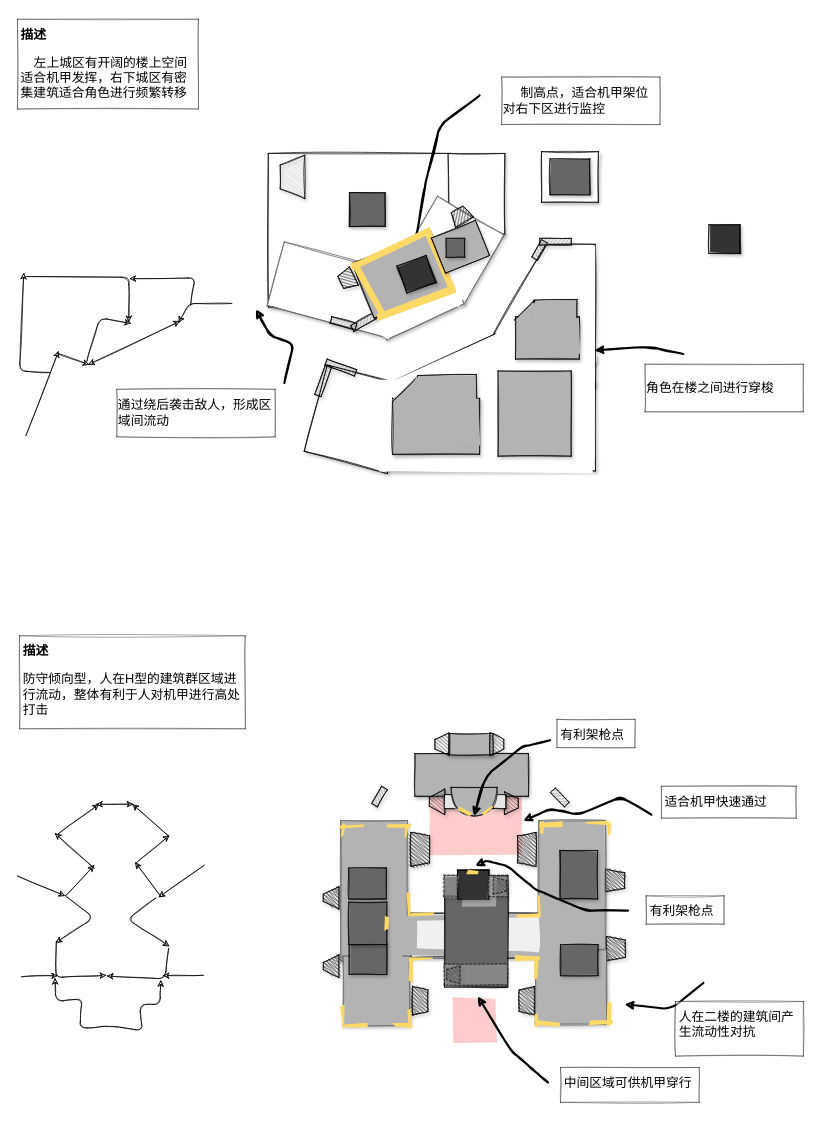
Earlier version of the draw.io diagram Patterns.drawio (Heynoodle/DRAWIO). Source tidied: cells renumbered, new cells numbered last; positions are measured from the earlier drawing's top-left corner, leaving out a move shared by most shapes. Both pictures are drawn from the tidied source at 71%, with x=0, y=0 at pixel (17, 19).
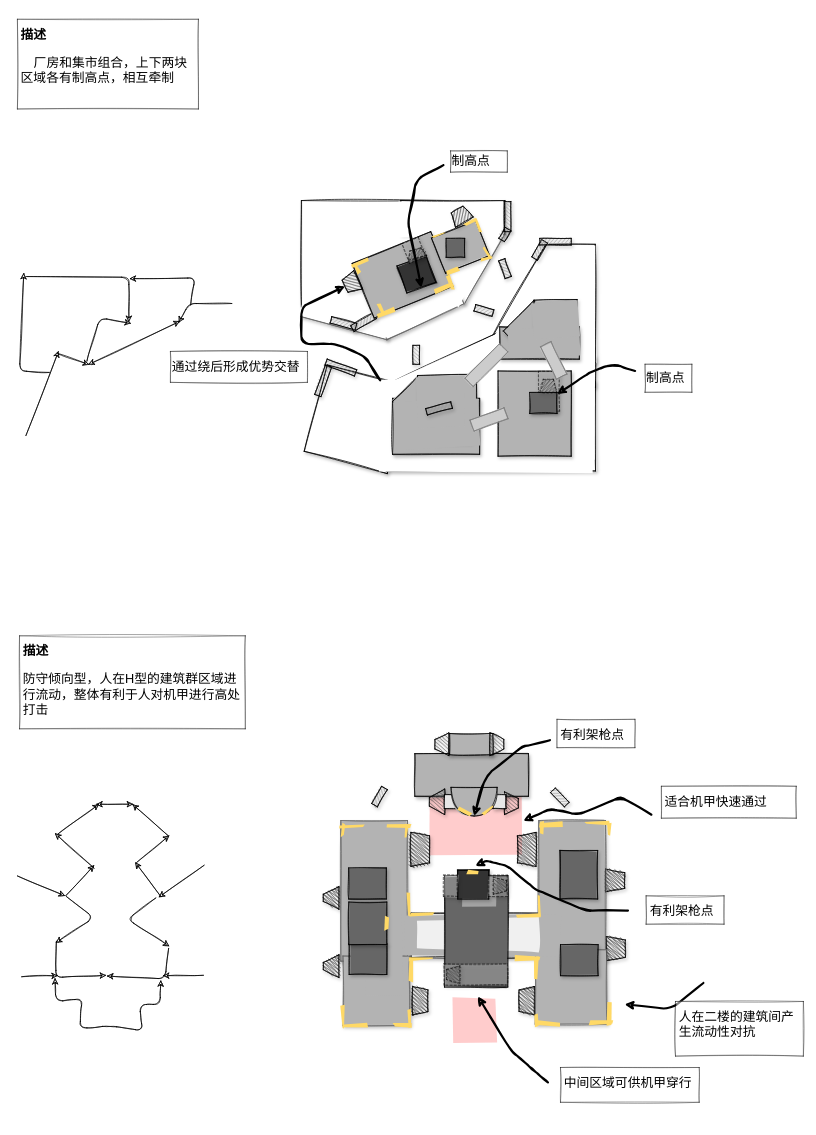
The same page after the edit.

Unchanged cells that the change refers to:
```xml
<mxCell id="17" style="rounded=0;whiteSpace=wrap;html=1;shadow=0;sketch=1;rotation=90;strokeColor=none;" parent="1" vertex="1">
  <mxGeometry x="595.3" y="423.8" width="129.9" height="298.6" as="geometry" />
</mxCell>
<mxCell id="18" style="rounded=0;whiteSpace=wrap;html=1;shadow=0;sketch=1;rotation=-180;strokeColor=none;" parent="1" vertex="1">
  <mxGeometry x="744.9" y="317.7" width="67.9" height="300.8" as="geometry" />
</mxCell>
<mxCell id="161" style="rounded=0;whiteSpace=wrap;html=1;shadow=1;sketch=1;fillStyle=solid;strokeWidth=1;fillColor=#333333;rotation=-20;" parent="1" vertex="1">
  <mxGeometry x="540.2" y="338.4" width="43.7" height="40.5" as="geometry" />
</mxCell>
```

The edit, as a diff of the source:
```diff
@@
+    <mxCell id="4" style="rounded=0;whiteSpace=wrap;html=1;shadow=1;sketch=1;rotation=15;strokeColor=#666666;" parent="1" vertex="1">
+      <mxGeometry x="409.5" y="340.7" width="125.5" height="95.6" as="geometry" />
+    </mxCell>
+    <mxCell id="169" style="rounded=0;whiteSpace=wrap;html=1;shadow=0;sketch=1;rotation=90;fillStyle=solid;fillColor=#FFFFFF;strokeColor=none;" parent="1" vertex="1">
+      <mxGeometry x="414.8" y="263.6" width="119.7" height="144.8" as="geometry" />
+    </mxCell>
     <mxCell id="2" style="rounded=0;whiteSpace=wrap;html=1;shadow=1;sketch=1;" parent="1" vertex="1">
-      <mxGeometry x="353.4" y="188.6" width="256.6" height="216.3" as="geometry" />
+      <mxGeometry x="400" y="255" width="210" height="150" as="geometry" />
     </mxCell>
     <mxCell id="3" style="rounded=0;whiteSpace=wrap;html=1;shadow=1;sketch=1;" parent="1" vertex="1">
-      <mxGeometry x="606.6" y="188.6" width="80" height="113.8" as="geometry" />
+      <mxGeometry x="540" y="255" width="146.6" height="47.4" as="geometry" />
     </mxCell>
-    <mxCell id="4" style="rounded=0;whiteSpace=wrap;html=1;shadow=1;sketch=1;rotation=15;strokeColor=#666666;" parent="1" vertex="1">
-      <mxGeometry x="360.9" y="334.3" width="175.3" height="93" as="geometry" />
-    </mxCell>
     <mxCell id="5" style="rounded=0;whiteSpace=wrap;html=1;shadow=1;sketch=1;rotation=-60;strokeColor=#666666;" parent="1" vertex="1">
-      <mxGeometry x="554.6" y="270.2" width="112.2" height="108.7" as="geometry" />
+      <mxGeometry x="564.6" y="287.4" width="115.4" height="83.9" as="geometry" />
     </mxCell>
@@
-    <mxCell id="8" style="rounded=0;whiteSpace=wrap;html=1;shadow=0;sketch=1;rotation=-60;strokeColor=none;" parent="1" vertex="1">
-      <mxGeometry x="484.6" y="380.9" width="58" height="58.5" as="geometry" />
+    <mxCell id="8" style="rounded=0;whiteSpace=wrap;html=1;shadow=0;sketch=1;rotation=-75;strokeColor=none;" parent="1" vertex="1">
+      <mxGeometry x="424.5" y="323.5" width="92.3" height="127.1" as="geometry" />
     </mxCell>
@@
-    <mxCell id="16" style="rounded=0;whiteSpace=wrap;html=1;shadow=1;sketch=1;rotation=90;" parent="1" vertex="1">
-      <mxGeometry x="742.7" y="181.6" width="71.2" height="80.2" as="geometry" />
-    </mxCell>
@@
-    <mxCell id="21" style="rounded=0;whiteSpace=wrap;html=1;shadow=1;sketch=1;rotation=90;fillColor=#666666;fillStyle=solid;" parent="1" vertex="1">
-      <mxGeometry x="753" y="193.6" width="50.6" height="56.1" as="geometry" />
-    </mxCell>
@@
-    <mxCell id="25" value="&lt;h1&gt;&lt;font style=&quot;font-size: 18px&quot;&gt;描述&lt;/font&gt;&lt;/h1&gt;&lt;p&gt;&amp;nbsp; &amp;nbsp; &lt;font style=&quot;font-size: 18px&quot;&gt;&amp;nbsp;左上城区有开阔的楼上空间适合机甲发挥，右下城区有密集建筑适合角色进行频繁转移&lt;/font&gt;&lt;/p&gt;" style="text;html=1;spacing=5;spacingTop=-20;whiteSpace=wrap;overflow=hidden;rounded=0;shadow=0;sketch=1;opacity=50;fillColor=#ffffff;strokeColor=#000000;" parent="1" vertex="1">
+    <mxCell id="25" value="&lt;h1&gt;&lt;font style=&quot;font-size: 18px&quot;&gt;描述&lt;/font&gt;&lt;/h1&gt;&lt;p&gt;&amp;nbsp; &amp;nbsp; &lt;font style=&quot;font-size: 18px&quot;&gt;&amp;nbsp;厂房和集市组合，上下两块区域各有制高点，相互牵制&lt;/font&gt;&lt;/p&gt;" style="text;html=1;spacing=5;spacingTop=-20;whiteSpace=wrap;overflow=hidden;rounded=0;shadow=0;sketch=1;opacity=50;fillColor=#ffffff;strokeColor=#000000;" parent="1" vertex="1">
       <mxGeometry y="-0.4" width="255" height="126.4" as="geometry" />
     </mxCell>
-    <mxCell id="26" style="rounded=0;whiteSpace=wrap;html=1;shadow=1;sketch=1;rotation=90;fillColor=#666666;fillStyle=solid;" parent="1" vertex="1">
-      <mxGeometry x="469" y="242.6" width="47.6" height="50.2" as="geometry" />
+    <mxCell id="26" style="rounded=0;whiteSpace=wrap;html=1;shadow=0;sketch=1;rotation=90;fillStyle=solid;fillColor=#FFFFFF;strokeColor=none;" parent="1" vertex="1">
+      <mxGeometry x="585.6" y="209.1" width="48.8" height="144.8" as="geometry" />
     </mxCell>
-    <mxCell id="27" style="shape=trapezoid;perimeter=trapezoidPerimeter;whiteSpace=wrap;html=1;fixedSize=1;strokeWidth=1;sketch=1;shadow=1;rotation=-90;fillStyle=auto;size=13.796666666666852;fillColor=#CCCCCC;" parent="1" vertex="1">
-      <mxGeometry x="356.9" y="204.4" width="61.2" height="34.7" as="geometry" />
-    </mxCell>
@@
-    <mxCell id="130" style="endArrow=classic;html=1;strokeWidth=3;entryX=1;entryY=0;entryDx=0;entryDy=0;sketch=1;" parent="1" edge="1">
-      <mxGeometry relative="1" as="geometry">
-        <mxPoint x="651" y="107" as="sourcePoint" />
-        <mxPoint x="557.8" y="327.8" as="targetPoint" />
-        <Array as="points">
-          <mxPoint x="595" y="149" />
-          <mxPoint x="576" y="225" />
-        </Array>
-      </mxGeometry>
-    </mxCell>
-    <mxCell id="131" value="&lt;font style=&quot;font-size: 18px&quot;&gt;&amp;nbsp; &amp;nbsp; &amp;nbsp;制高点，适合机甲架位对右下区进行监控&lt;/font&gt;" style="text;html=1;align=left;verticalAlign=middle;whiteSpace=wrap;rounded=0;sketch=1;fillColor=#ffffff;strokeColor=#000000;opacity=50;" parent="1" vertex="1">
-      <mxGeometry x="682" y="81" width="223" height="67" as="geometry" />
+    <mxCell id="131" value="&lt;font style=&quot;font-size: 18px&quot;&gt;制高点&lt;/font&gt;" style="text;html=1;align=left;verticalAlign=middle;whiteSpace=wrap;rounded=0;sketch=1;fillColor=#ffffff;strokeColor=#000000;opacity=50;" parent="1" vertex="1">
+      <mxGeometry x="610" y="185" width="80" height="30" as="geometry" />
     </mxCell>
-    <mxCell id="132" style="endArrow=classic;html=1;strokeWidth=3;sketch=1;" parent="1" edge="1" target="18">
-      <mxGeometry relative="1" as="geometry">
-        <mxPoint x="938" y="471" as="sourcePoint" />
-        <Array as="points">
-          <mxPoint x="891" y="461" />
-        </Array>
-      </mxGeometry>
-    </mxCell>
-    <mxCell id="133" value="&lt;font style=&quot;font-size: 18px&quot;&gt;角色在楼之间进行穿梭&lt;br&gt;&lt;/font&gt;" style="text;html=1;align=left;verticalAlign=middle;whiteSpace=wrap;rounded=0;sketch=1;fillColor=#ffffff;strokeColor=#000000;opacity=50;" parent="1" vertex="1">
-      <mxGeometry x="884" y="485.5" width="223" height="67" as="geometry" />
+    <mxCell id="133" value="&lt;font style=&quot;font-size: 18px&quot;&gt;制高点&lt;br&gt;&lt;/font&gt;" style="text;html=1;align=left;verticalAlign=middle;whiteSpace=wrap;rounded=0;sketch=1;fillColor=#ffffff;strokeColor=#000000;opacity=50;" parent="1" vertex="1">
+      <mxGeometry x="884" y="485.5" width="66" height="39.5" as="geometry" />
     </mxCell>
-    <mxCell id="134" style="endArrow=classic;html=1;strokeWidth=3;sketch=1;" parent="1" edge="1">
+    <mxCell id="134" style="endArrow=classic;html=1;strokeWidth=3;sketch=1;entryX=0.5;entryY=0;entryDx=0;entryDy=0;exitX=0;exitY=1;exitDx=0;exitDy=0;" parent="1" edge="1" source="17" target="160">
       <mxGeometry relative="1" as="geometry">
-        <mxPoint x="376" y="512" as="sourcePoint" />
-        <mxPoint x="336" y="408" as="targetPoint" />
         <Array as="points">
-          <mxPoint x="389" y="457" />
-          <mxPoint x="356" y="445" />
+          <mxPoint x="490" y="475" />
+          <mxPoint x="450" y="457" />
+          <mxPoint x="400" y="457" />
+          <mxPoint x="400" y="405" />
         </Array>
       </mxGeometry>
     </mxCell>
-    <mxCell id="135" value="&lt;font style=&quot;font-size: 18px&quot;&gt;通过绕后袭击敌人，形成区域间流动&lt;br&gt;&lt;/font&gt;" style="text;html=1;align=left;verticalAlign=middle;whiteSpace=wrap;rounded=0;sketch=1;fillColor=#ffffff;strokeColor=#000000;opacity=50;" parent="1" vertex="1">
-      <mxGeometry x="140" y="520.8" width="223" height="67" as="geometry" />
+    <mxCell id="135" value="&lt;font style=&quot;font-size: 18px&quot;&gt;通过绕后形成优势交替&lt;br&gt;&lt;/font&gt;" style="text;html=1;align=left;verticalAlign=middle;whiteSpace=wrap;rounded=0;sketch=1;fillColor=#ffffff;strokeColor=#000000;opacity=50;" parent="1" vertex="1">
+      <mxGeometry x="215.5" y="467.5" width="193" height="43.5" as="geometry" />
     </mxCell>
@@
     <mxCell id="146" style="group;" parent="1" vertex="1">
-      <mxGeometry x="700" y="395" width="93.4" height="82.4" as="geometry" />
+      <mxGeometry x="700" y="395" width="101.9" height="116.7" as="geometry" />
     </mxCell>
     <mxCell id="147" style="rounded=0;whiteSpace=wrap;html=1;shadow=1;sketch=1;rotation=90;fillStyle=solid;fillColor=#B3B3B3;" parent="146" vertex="1">
-      <mxGeometry x="16.6" y="8.5" width="59.6" height="89.9" as="geometry" />
+      <mxGeometry x="12.6" y="4.5" width="45.5" height="112.2" as="geometry" />
     </mxCell>
     <mxCell id="148" style="rounded=0;whiteSpace=wrap;html=1;shadow=1;sketch=1;rotation=135;fillStyle=solid;fillColor=#B3B3B3;" parent="146" vertex="1">
-      <mxGeometry x="9.4" y="8.5" width="38.3" height="41.2" as="geometry" />
+      <mxGeometry x="-9.7" y="16.2" width="60.6" height="41.5" as="geometry" />
     </mxCell>
@@
     <mxCell id="150" style="rounded=0;whiteSpace=wrap;html=1;shadow=0;sketch=1;strokeColor=none;rotation=-3;fillStyle=solid;fillColor=#B3B3B3;" parent="146" vertex="1">
-      <mxGeometry x="3.1" y="26" width="89" height="51" as="geometry" />
+      <mxGeometry x="-9.8" y="39.7" width="102.3" height="40.3" as="geometry" />
     </mxCell>
     <mxCell id="151" style="rounded=0;whiteSpace=wrap;html=1;shadow=0;sketch=1;strokeColor=none;rotation=-3;fillStyle=solid;fillColor=#B3B3B3;" parent="146" vertex="1">
-      <mxGeometry x="25.9" y="2.8" width="51.1" height="51" as="geometry" />
+      <mxGeometry x="25.9" y="2.5" width="64.1" height="51" as="geometry" />
     </mxCell>
@@
-    <mxCell id="158" style="rounded=0;whiteSpace=wrap;html=1;shadow=1;sketch=1;fillStyle=solid;strokeWidth=1;fillColor=#333333;" parent="1" vertex="1">
-      <mxGeometry x="974" y="289" width="43.7" height="40.5" as="geometry" />
-    </mxCell>
@@
     <mxCell id="160" style="shape=trapezoid;perimeter=trapezoidPerimeter;whiteSpace=wrap;html=1;fixedSize=1;strokeWidth=1;sketch=1;shadow=1;rotation=-116;fillStyle=hachure;size=4.94497782389351;fillColor=#333333;" parent="1" vertex="1">
-      <mxGeometry x="450.3" y="355.6" width="28.8" height="20.3" as="geometry" />
+      <mxGeometry x="456.3" y="361" width="28.8" height="20.3" as="geometry" />
     </mxCell>
@@
     <mxCell id="162" style="rounded=0;whiteSpace=wrap;html=1;shadow=0;sketch=1;rotation=-20;fillStyle=solid;strokeColor=none;fillColor=#FFD966;" parent="1" vertex="1">
-      <mxGeometry x="503.8" y="394.9" width="116.8" height="9.3" as="geometry" />
+      <mxGeometry x="506.6" y="410.4" width="26.1" height="5.3" as="geometry" />
     </mxCell>
     <mxCell id="163" style="rounded=0;whiteSpace=wrap;html=1;shadow=0;sketch=1;rotation=60;fillStyle=solid;strokeColor=none;fillColor=#FFD966;" parent="1" vertex="1">
-      <mxGeometry x="450.3" y="376" width="87.2" height="9.3" as="geometry" />
+      <mxGeometry x="502.6" y="406.1" width="17.5" height="5.3" as="geometry" />
     </mxCell>
     <mxCell id="164" style="rounded=0;whiteSpace=wrap;html=1;shadow=0;sketch=1;rotation=-26;fillStyle=solid;strokeColor=none;fillColor=#FFD966;" parent="1" vertex="1">
-      <mxGeometry x="465.6" y="317.2" width="122.6" height="9.3" as="geometry" />
+      <mxGeometry x="470.6" y="338.8" width="24.4" height="5.3" as="geometry" />
     </mxCell>
-    <mxCell id="165" style="rounded=0;whiteSpace=wrap;html=1;shadow=0;sketch=1;rotation=-114;fillStyle=solid;strokeColor=none;fillColor=#FFD966;" parent="1" vertex="1">
-      <mxGeometry x="550.2" y="334.3" width="91.6" height="9.3" as="geometry" />
-    </mxCell>
@@
+    <mxCell id="165" style="rounded=0;whiteSpace=wrap;html=1;shadow=0;sketch=1;rotation=-114;fillStyle=solid;strokeColor=none;fillColor=#FFD966;" parent="1" vertex="1">
+      <mxGeometry x="600.8" y="367.1" width="19.8" height="5.3" as="geometry" />
+    </mxCell>
+    <mxCell id="170" style="rounded=0;whiteSpace=wrap;html=1;shadow=0;sketch=1;rotation=-20;fillStyle=solid;strokeColor=none;fillColor=#FFD966;" parent="1" vertex="1">
+      <mxGeometry x="603.9" y="350.6" width="18.2" height="5" as="geometry" />
+    </mxCell>
+    <mxCell id="171" style="rounded=0;whiteSpace=wrap;html=1;shadow=0;sketch=1;rotation=-20;fillStyle=solid;strokeColor=none;fillColor=#FFD966;" parent="1" vertex="1">
+      <mxGeometry x="652.1" y="334.8" width="18.2" height="3.4" as="geometry" />
+    </mxCell>
+    <mxCell id="172" style="rounded=0;whiteSpace=wrap;html=1;shadow=0;sketch=1;rotation=-116;fillStyle=solid;strokeColor=none;fillColor=#FFD966;" parent="1" vertex="1">
+      <mxGeometry x="652.1" y="326.6" width="18.2" height="3.4" as="geometry" />
+    </mxCell>
+    <mxCell id="173" style="rounded=0;whiteSpace=wrap;html=1;shadow=0;sketch=1;rotation=-116;fillStyle=solid;strokeColor=none;fillColor=#FFD966;" parent="1" vertex="1">
+      <mxGeometry x="639.7" y="289" width="18.2" height="3.4" as="geometry" />
+    </mxCell>
+    <mxCell id="174" style="rounded=0;whiteSpace=wrap;html=1;shadow=0;sketch=1;rotation=-20;fillStyle=solid;strokeColor=none;fillColor=#FFD966;" parent="1" vertex="1">
+      <mxGeometry x="629.1" y="283.3" width="18.2" height="3.4" as="geometry" />
+    </mxCell>
+    <mxCell id="175" style="rounded=0;whiteSpace=wrap;html=1;shadow=0;sketch=1;rotation=-20;fillStyle=solid;strokeColor=none;fillColor=#FFD966;" parent="1" vertex="1">
+      <mxGeometry x="583.9" y="302.4" width="18.2" height="3.4" as="geometry" />
+    </mxCell>
+    <mxCell id="176" style="rounded=0;whiteSpace=wrap;html=1;shadow=1;glass=0;sketch=1;strokeColor=#000000;fillColor=#999999;gradientColor=none;rotation=-60;direction=west;" parent="1" vertex="1">
+      <mxGeometry x="677.5" y="298" width="17.9" height="9.4" as="geometry" />
+    </mxCell>
+    <mxCell id="177" style="rounded=0;whiteSpace=wrap;html=1;shadow=1;glass=0;sketch=1;strokeColor=#000000;fillColor=#999999;gradientColor=none;rotation=90;direction=west;" parent="1" vertex="1">
+      <mxGeometry x="669.1" y="272.8" width="42.4" height="9.4" as="geometry" />
+    </mxCell>
+    <mxCell id="178" style="rounded=0;whiteSpace=wrap;html=1;sketch=1;fillStyle=solid;shadow=1;fillColor=#B3B3B3;strokeWidth=1;dashed=1;opacity=50;rotation=90;" parent="1" vertex="1">
+      <mxGeometry x="720.8" y="508.5" width="55.9" height="30" as="geometry" />
+    </mxCell>
+    <mxCell id="179" style="rounded=0;whiteSpace=wrap;html=1;sketch=1;fillStyle=solid;shadow=1;strokeWidth=1;fillColor=#666666;" parent="1" vertex="1">
+      <mxGeometry x="721.6" y="525.2" width="38.4" height="29.8" as="geometry" />
+    </mxCell>
+    <mxCell id="180" style="shape=trapezoid;perimeter=trapezoidPerimeter;whiteSpace=wrap;html=1;fixedSize=1;strokeWidth=1;sketch=1;shadow=1;rotation=0;fillStyle=zigzag;size=4.94497782389351;fillColor=#333333;dashed=1;opacity=60;" parent="1" vertex="1">
+      <mxGeometry x="735.7" y="506.7" width="24.2" height="18.6" as="geometry" />
+    </mxCell>
+    <mxCell id="181" style="rounded=0;whiteSpace=wrap;html=1;sketch=1;fillStyle=solid;shadow=0;strokeWidth=1;fillColor=#CCCCCC;strokeColor=#808080;rotation=-20;" parent="1" vertex="1">
+      <mxGeometry x="638.8" y="555" width="51" height="16.5" as="geometry" />
+    </mxCell>
+    <mxCell id="182" style="rounded=0;whiteSpace=wrap;html=1;sketch=1;fillStyle=solid;shadow=0;strokeWidth=1;fillColor=#CCCCCC;strokeColor=#808080;rotation=-45;" parent="1" vertex="1">
+      <mxGeometry x="626.1" y="478.4" width="69" height="16.5" as="geometry" />
+    </mxCell>
+    <mxCell id="183" style="rounded=0;whiteSpace=wrap;html=1;sketch=1;fillStyle=solid;shadow=0;strokeWidth=1;fillColor=#CCCCCC;strokeColor=#808080;rotation=-116;" parent="1" vertex="1">
+      <mxGeometry x="729.9" y="471.9" width="51" height="16.5" as="geometry" />
+    </mxCell>
+    <mxCell id="184" style="rounded=0;whiteSpace=wrap;html=1;shadow=1;glass=0;sketch=1;strokeColor=#000000;fillColor=#999999;gradientColor=none;rotation=-195;direction=west;" parent="1" vertex="1">
+      <mxGeometry x="575.6" y="543.1" width="36.6" height="9.4" as="geometry" />
+    </mxCell>
+    <mxCell id="185" style="rounded=0;whiteSpace=wrap;html=1;shadow=1;glass=0;sketch=1;strokeColor=#000000;fillColor=#999999;gradientColor=none;rotation=-90;direction=west;" parent="1" vertex="1">
+      <mxGeometry x="548.5" y="467.5" width="26.6" height="9.4" as="geometry" />
+    </mxCell>
+    <mxCell id="186" style="rounded=0;whiteSpace=wrap;html=1;shadow=1;glass=0;sketch=1;strokeColor=#000000;fillColor=#999999;gradientColor=none;rotation=-164;direction=west;" parent="1" vertex="1">
+      <mxGeometry x="643.7" y="405" width="26.6" height="9.4" as="geometry" />
+    </mxCell>
+    <mxCell id="187" style="rounded=0;whiteSpace=wrap;html=1;shadow=1;glass=0;sketch=1;strokeColor=#000000;fillColor=#999999;gradientColor=none;rotation=-110;direction=west;" parent="1" vertex="1">
+      <mxGeometry x="673.5" y="346.2" width="26.6" height="9.4" as="geometry" />
+    </mxCell>
+    <mxCell id="188" style="rounded=0;whiteSpace=wrap;html=1;sketch=1;fillStyle=solid;shadow=1;fillColor=#B3B3B3;strokeWidth=1;dashed=1;opacity=50;rotation=69;" parent="1" vertex="1">
+      <mxGeometry x="543.7" y="312.7" width="29.8" height="24.6" as="geometry" />
+    </mxCell>
+    <mxCell id="189" style="shape=trapezoid;perimeter=trapezoidPerimeter;whiteSpace=wrap;html=1;fixedSize=1;strokeWidth=1;sketch=1;shadow=1;rotation=-15;fillStyle=zigzag;size=4.94497782389351;fillColor=#333333;dashed=1;opacity=60;" parent="1" vertex="1">
+      <mxGeometry x="549.3" y="323.5" width="25.9" height="12.3" as="geometry" />
+    </mxCell>
+    <mxCell id="190" style="rounded=0;whiteSpace=wrap;html=1;shadow=0;sketch=1;rotation=-20;fillStyle=solid;strokeColor=none;fillColor=#FFD966;" parent="1" vertex="1">
+      <mxGeometry x="588.4" y="376" width="26.1" height="5.3" as="geometry" />
+    </mxCell>
+    <mxCell id="191" style="rounded=0;whiteSpace=wrap;html=1;shadow=0;sketch=1;rotation=60;fillStyle=solid;strokeColor=none;fillColor=#FFD966;" parent="1" vertex="1">
+      <mxGeometry x="469.5" y="348.1" width="17.5" height="5.3" as="geometry" />
+    </mxCell>
+    <mxCell id="132" style="endArrow=classic;html=1;strokeWidth=3;sketch=1;" parent="1" edge="1" target="179">
+      <mxGeometry relative="1" as="geometry">
+        <mxPoint x="870" y="495" as="sourcePoint" />
+        <Array as="points">
+          <mxPoint x="840" y="485" />
+          <mxPoint x="810" y="495" />
+        </Array>
+      </mxGeometry>
+    </mxCell>
+    <mxCell id="130" style="endArrow=classic;html=1;strokeWidth=3;entryX=0.5;entryY=1;entryDx=0;entryDy=0;sketch=1;" parent="1" edge="1" target="161">
+      <mxGeometry relative="1" as="geometry">
+        <mxPoint x="600" y="205" as="sourcePoint" />
+        <Array as="points">
+          <mxPoint x="562" y="225" />
+          <mxPoint x="550" y="285" />
+        </Array>
+      </mxGeometry>
+    </mxCell>
```
